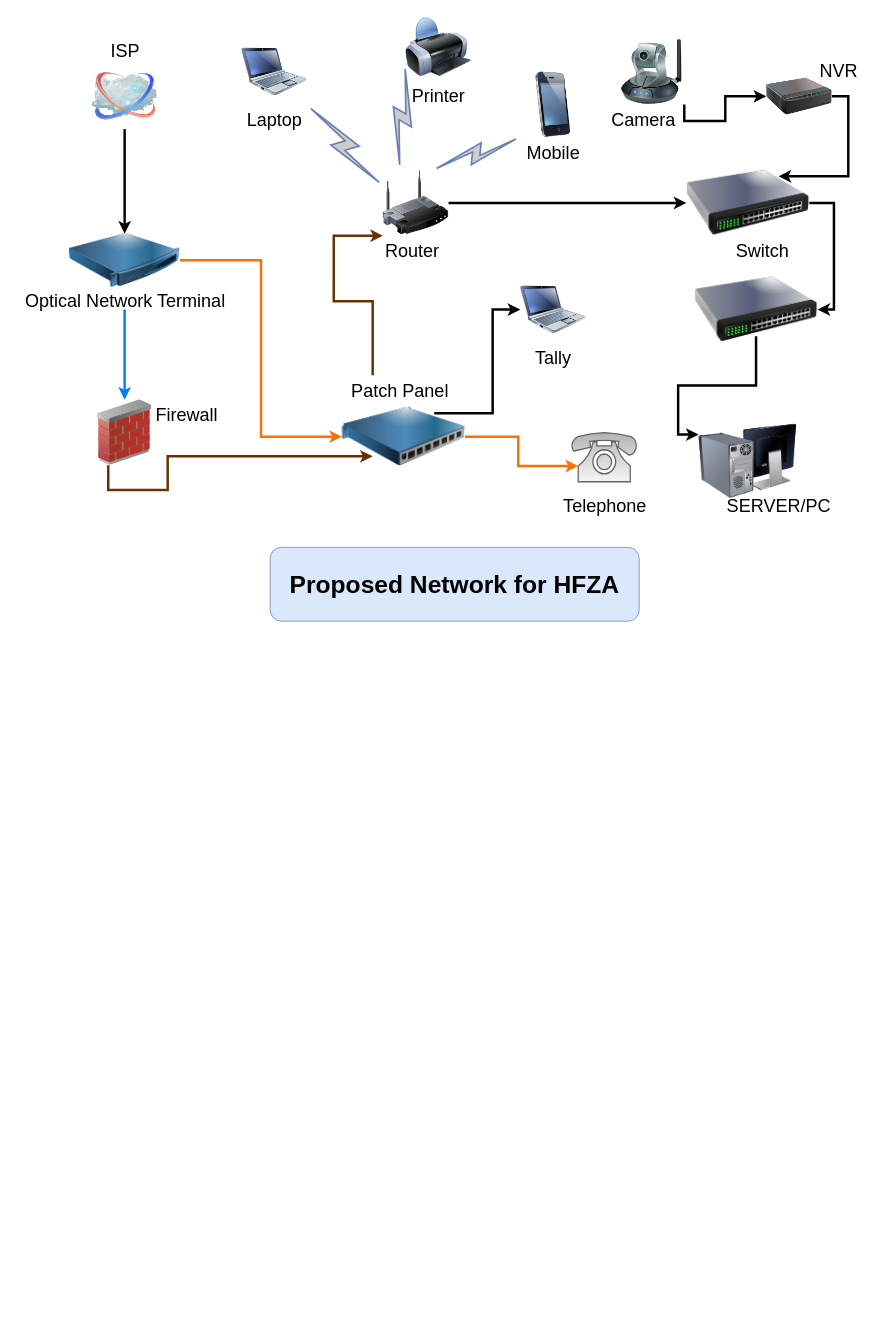
SamuelPius/Tridel-Network keeps this draw.io diagram as Untitled Diagram.drawio. Above is the earlier version. Source tidied: cells renumbered, new cells numbered last; positions are measured from the earlier drawing's top-left corner, leaving out a move shared by most shapes. Both pictures are drawn from the tidied source at 82%, with x=0, y=0 at pixel (13, 14).
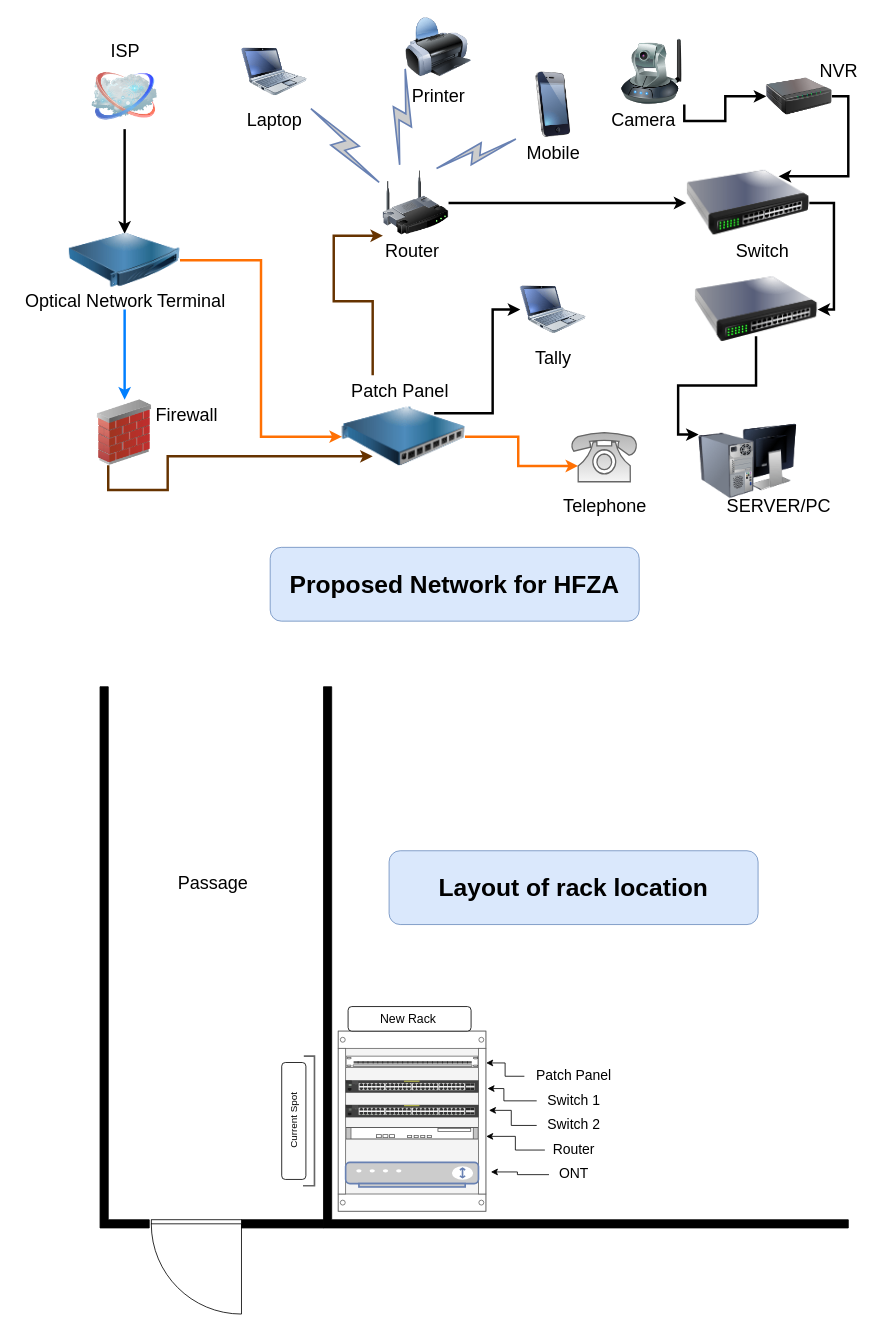
Above is the later version.

Diff of the diagram source:
```diff
@@
+    <mxCell id="42" style="verticalLabelPosition=bottom;html=1;verticalAlign=top;align=center;shape=mxgraph.floorplan.wallCorner;fillColor=strokeColor;direction=north;" parent="1" vertex="1">
+      <mxGeometry x="378" y="820" width="640" height="660" as="geometry" />
+    </mxCell>
+    <mxCell id="43" style="verticalLabelPosition=bottom;html=1;verticalAlign=top;align=center;shape=mxgraph.floorplan.wall;fillColor=strokeColor;" parent="1" vertex="1">
+      <mxGeometry x="278" y="1470" width="100" height="10" as="geometry" />
+    </mxCell>
+    <mxCell id="44" style="verticalLabelPosition=bottom;html=1;verticalAlign=top;align=center;shape=mxgraph.floorplan.doorRight;" parent="1" vertex="1">
+      <mxGeometry x="168" y="1470" width="110" height="116.9" as="geometry" />
+    </mxCell>
+    <mxCell id="45" style="verticalLabelPosition=bottom;html=1;verticalAlign=top;align=center;shape=mxgraph.floorplan.wallCorner;fillColor=strokeColor;direction=north;" parent="1" vertex="1">
+      <mxGeometry x="105.5" y="820" width="60" height="660" as="geometry" />
+    </mxCell>
+    <mxCell id="46" value="&lt;font style=&quot;font-size: 22px;&quot;&gt;Passage&lt;/font&gt;" style="text;html=1;align=center;verticalAlign=middle;strokeColor=none;fillColor=none;" parent="1" vertex="1">
+      <mxGeometry x="188" y="1040" width="110" height="40" as="geometry" />
+    </mxCell>
+    <mxCell id="47" style="strokeColor=#666666;html=1;verticalLabelPosition=bottom;labelBackgroundColor=#ffffff;verticalAlign=top;outlineConnect=0;shadow=0;dashed=0;shape=mxgraph.rackGeneral.rackCabinet3;fillColor2=#f4f4f4;allowGaps=1;textColor=#666666;numDisp=off;" parent="1" vertex="1">
+      <mxGeometry x="396" y="1240" width="180" height="219" as="geometry" />
+    </mxCell>
+    <mxCell id="48" style="strokeColor=#666666;html=1;labelPosition=right;align=left;spacingLeft=15;shadow=0;dashed=0;shape=mxgraph.rack.general.cat5e_rack_mount_patch_panel_24_ports;rotation=-180;" parent="47" vertex="1">
+      <mxGeometry x="9" y="30" width="162" height="15" as="geometry" />
+    </mxCell>
+    <mxCell id="49" style="html=1;verticalLabelPosition=bottom;verticalAlign=top;shadow=0;dashed=0;shape=mxgraph.rack.hpe_aruba.switches.j9772a_2530_48g_poeplus_switch;" parent="47" vertex="1">
+      <mxGeometry x="9" y="60" width="162" height="15" as="geometry" />
+    </mxCell>
+    <mxCell id="50" style="html=1;verticalLabelPosition=bottom;verticalAlign=top;shadow=0;dashed=0;shape=mxgraph.rack.hpe_aruba.switches.j9772a_2530_48g_poeplus_switch;" parent="47" vertex="1">
+      <mxGeometry x="9" y="90" width="162" height="15" as="geometry" />
+    </mxCell>
+    <mxCell id="51" style="shape=mxgraph.rack.cisco.cisco_asr_1001_router;html=1;labelPosition=right;align=left;spacingLeft=15;dashed=0;shadow=0;fillColor=#ffffff;" parent="47" vertex="1">
+      <mxGeometry x="9" y="117" width="162" height="15" as="geometry" />
+    </mxCell>
+    <mxCell id="52" style="fontColor=#0066CC;verticalAlign=top;verticalLabelPosition=bottom;labelPosition=center;align=center;html=1;fillColor=#CCCCCC;strokeColor=#6881B3;gradientColor=none;gradientDirection=north;strokeWidth=2;shape=mxgraph.networks.modem;" parent="47" vertex="1">
+      <mxGeometry x="9" y="160" width="162" height="30" as="geometry" />
+    </mxCell>
+    <mxCell id="53" style="strokeColor=#666666;html=1;labelPosition=right;align=left;spacingLeft=15;shadow=0;dashed=0;shape=mxgraph.rackGeneral.shelf;rotation=270;" parent="1" vertex="1">
+      <mxGeometry x="280.5" y="1342" width="160" height="15" as="geometry" />
+    </mxCell>
+    <mxCell id="54" style="edgeStyle=orthogonalEdgeStyle;rounded=0;jettySize=auto;html=1;entryX=1.002;entryY=0.177;entryDx=0;entryDy=0;entryPerimeter=0;" parent="1" edge="1" source="55" target="47">
+      <mxGeometry relative="1" as="geometry" />
+    </mxCell>
+    <mxCell id="55" value="&lt;font style=&quot;font-size: 17px;&quot;&gt;Patch Panel&lt;/font&gt;" style="text;html=1;align=center;verticalAlign=middle;points=[];strokeColor=none;fillColor=none;" parent="1" vertex="1">
+      <mxGeometry x="623" y="1280" width="120" height="30" as="geometry" />
+    </mxCell>
+    <mxCell id="56" style="edgeStyle=orthogonalEdgeStyle;rounded=0;jettySize=auto;html=1;" parent="1" edge="1" source="57">
+      <mxGeometry relative="1" as="geometry">
+        <mxPoint x="578" y="1310" as="targetPoint" />
+        <Array as="points">
+          <mxPoint x="598" y="1325" />
+          <mxPoint x="598" y="1310" />
+        </Array>
+      </mxGeometry>
+    </mxCell>
+    <mxCell id="57" value="&lt;font style=&quot;font-size: 17px;&quot;&gt;Switch 1&lt;/font&gt;" style="text;html=1;align=center;verticalAlign=middle;points=[];strokeColor=none;fillColor=none;" parent="1" vertex="1">
+      <mxGeometry x="638" y="1310" width="90" height="30" as="geometry" />
+    </mxCell>
+    <mxCell id="58" style="edgeStyle=orthogonalEdgeStyle;rounded=0;jettySize=auto;html=1;entryX=1.021;entryY=0.441;entryDx=0;entryDy=0;entryPerimeter=0;" parent="1" edge="1" source="59" target="47">
+      <mxGeometry relative="1" as="geometry" />
+    </mxCell>
+    <mxCell id="59" value="&lt;font style=&quot;font-size: 17px;&quot;&gt;Switch 2&lt;/font&gt;" style="text;html=1;align=center;verticalAlign=middle;points=[];strokeColor=none;fillColor=none;" parent="1" vertex="1">
+      <mxGeometry x="638" y="1340" width="90" height="30" as="geometry" />
+    </mxCell>
+    <mxCell id="60" style="edgeStyle=orthogonalEdgeStyle;rounded=0;jettySize=auto;html=1;entryX=1.002;entryY=0.586;entryDx=0;entryDy=0;entryPerimeter=0;" parent="1" edge="1" source="61" target="47">
+      <mxGeometry relative="1" as="geometry" />
+    </mxCell>
+    <mxCell id="61" value="&lt;font style=&quot;font-size: 17px;&quot;&gt;Router&lt;/font&gt;" style="text;html=1;align=center;verticalAlign=middle;points=[];strokeColor=none;fillColor=none;" parent="1" vertex="1">
+      <mxGeometry x="648" y="1370" width="70" height="30" as="geometry" />
+    </mxCell>
+    <mxCell id="62" style="edgeStyle=orthogonalEdgeStyle;rounded=0;jettySize=auto;html=1;entryX=1.034;entryY=0.784;entryDx=0;entryDy=0;entryPerimeter=0;" parent="1" edge="1" source="63" target="47">
+      <mxGeometry relative="1" as="geometry" />
+    </mxCell>
+    <mxCell id="63" value="&lt;font style=&quot;font-size: 17px;&quot;&gt;ONT&lt;/font&gt;" style="text;html=1;align=center;verticalAlign=middle;points=[];strokeColor=none;fillColor=none;" parent="1" vertex="1">
+      <mxGeometry x="653" y="1400" width="60" height="30" as="geometry" />
+    </mxCell>
+    <mxCell id="64" style="rounded=1;whiteSpace=wrap;html=1;rotation=-90;" parent="1" vertex="1">
+      <mxGeometry x="270.5" y="1334.8" width="142.6" height="29.5" as="geometry" />
+    </mxCell>
+    <mxCell id="65" value="Current Spot" style="text;html=1;align=center;verticalAlign=middle;strokeColor=none;fillColor=none;rotation=-90;" parent="1" vertex="1">
+      <mxGeometry x="298" y="1334.2" width="90" height="30" as="geometry" />
+    </mxCell>
+    <mxCell id="66" style="rounded=1;whiteSpace=wrap;html=1;" parent="1" vertex="1">
+      <mxGeometry x="408" y="1210" width="150" height="30" as="geometry" />
+    </mxCell>
+    <mxCell id="67" value="&lt;font style=&quot;font-size: 15px;&quot;&gt;New Rack&lt;/font&gt;" style="text;html=1;align=center;verticalAlign=middle;strokeColor=none;fillColor=none;" parent="1" vertex="1">
+      <mxGeometry x="435.5" y="1210" width="90" height="30" as="geometry" />
+    </mxCell>
+    <mxCell id="68" value="&lt;font style=&quot;font-size: 30px;&quot;&gt;Layout of rack location&lt;/font&gt;" style="rounded=1;whiteSpace=wrap;html=1;fillColor=#dae8fc;strokeColor=#6c8ebf;fontStyle=1;" parent="1" vertex="1">
+      <mxGeometry x="458" y="1020" width="450" height="90" as="geometry" />
+    </mxCell>
```
